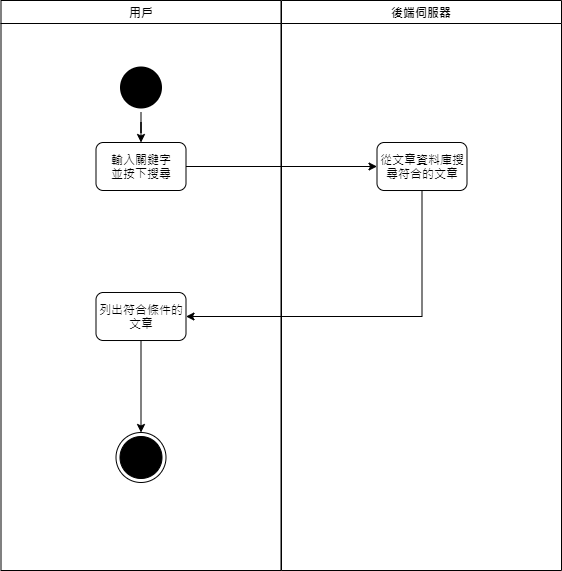
Earlier version of the draw.io export src/main/uml/keysearch.png (10746010/Plearnet-back-end). Source tidied: cells renumbered, new cells last; positions are measured from the earlier drawing's top-left corner, leaving out a move shared by most shapes.
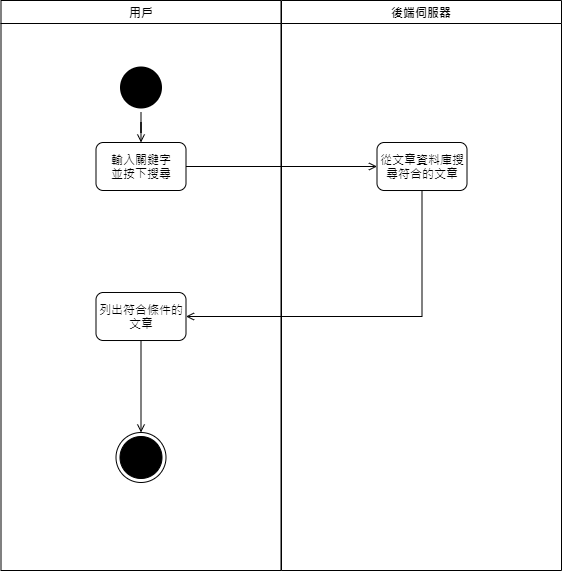
The same file after the commit.

Commit message:
update keysearch Activity diagram

Diff of the diagram source:
```diff
@@ -5,7 +5,7 @@
     <mxCell id="2" value="用戶" style="swimlane;whiteSpace=wrap;" parent="1" vertex="1">
       <mxGeometry x="0.5" width="280" height="570" as="geometry" />
     </mxCell>
-    <mxCell id="3" style="edgeStyle=orthogonalEdgeStyle;rounded=0;jettySize=auto;html=1;" parent="2" edge="1" source="4" target="5">
+    <mxCell id="3" style="edgeStyle=orthogonalEdgeStyle;rounded=0;jettySize=auto;html=1;endArrow=open;endFill=0;" parent="2" edge="1" source="4" target="5">
       <mxGeometry relative="1" as="geometry" />
     </mxCell>
     <mxCell id="4" style="ellipse;shape=startState;fillColor=#000000;strokeColor=none;" parent="2" vertex="1">
@@ -14,7 +14,7 @@
     <mxCell id="5" value="輸入關鍵字&lt;br&gt;並按下搜尋" style="rounded=1;whiteSpace=wrap;html=1;" parent="2" vertex="1">
       <mxGeometry x="95" y="142" width="90" height="48" as="geometry" />
     </mxCell>
-    <mxCell id="6" style="edgeStyle=orthogonalEdgeStyle;rounded=0;jettySize=auto;html=1;" parent="2" edge="1" source="7" target="8">
+    <mxCell id="6" style="edgeStyle=orthogonalEdgeStyle;rounded=0;jettySize=auto;html=1;endArrow=open;endFill=0;" parent="2" edge="1" source="7" target="8">
       <mxGeometry relative="1" as="geometry" />
     </mxCell>
     <mxCell id="7" value="列出符合條件的&lt;br&gt;文章" style="rounded=1;whiteSpace=wrap;html=1;" parent="2" vertex="1">
@@ -29,10 +29,10 @@
     <mxCell id="10" value="從文章資料庫搜尋符合的文章" style="rounded=1;whiteSpace=wrap;html=1;" parent="9" vertex="1">
       <mxGeometry x="95.5" y="142" width="90" height="48" as="geometry" />
     </mxCell>
-    <mxCell id="11" style="edgeStyle=orthogonalEdgeStyle;rounded=0;jettySize=auto;html=1;" parent="1" edge="1" source="5" target="10">
+    <mxCell id="11" style="edgeStyle=orthogonalEdgeStyle;rounded=0;jettySize=auto;html=1;endArrow=open;endFill=0;" parent="1" edge="1" source="5" target="10">
       <mxGeometry relative="1" as="geometry" />
     </mxCell>
-    <mxCell id="12" style="edgeStyle=orthogonalEdgeStyle;rounded=0;jettySize=auto;html=1;" parent="1" edge="1" source="10" target="7">
+    <mxCell id="12" style="edgeStyle=orthogonalEdgeStyle;rounded=0;jettySize=auto;html=1;endArrow=open;endFill=0;" parent="1" edge="1" source="10" target="7">
       <mxGeometry relative="1" as="geometry">
         <Array as="points">
           <mxPoint x="421" y="316" />
```
